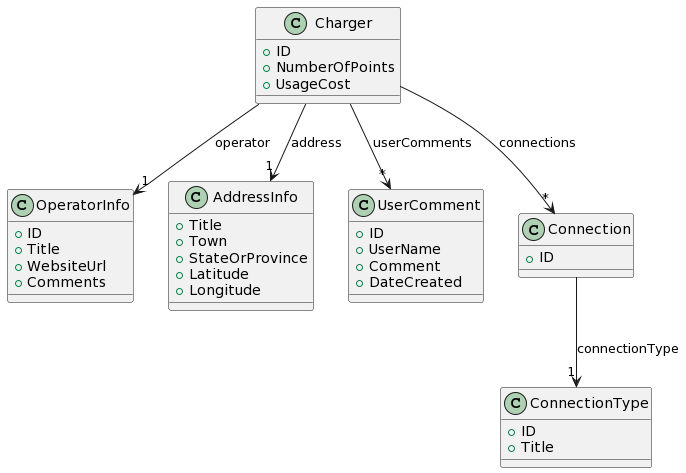
The PlantUML diagram Docs/Models/dominio.png in isunican/App-CarChargers-Grupo3, before a commit. Its source is kept beside it as Docs/Models/dominio.puml.
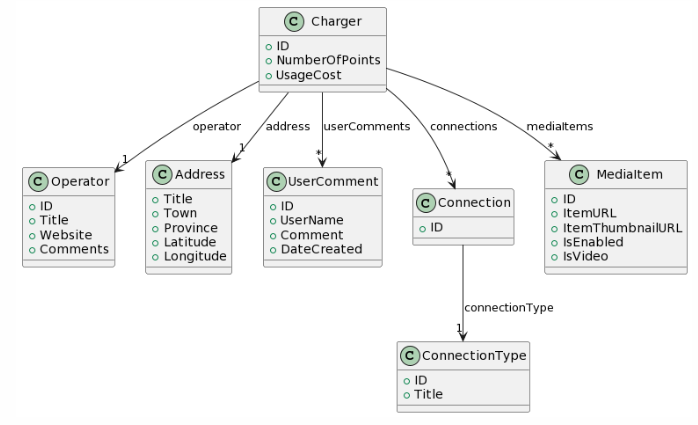
After the commit.

Commit message:
cambios finales modelo dominio

Diff of the diagram source:
```diff
@@ -6,17 +6,17 @@
     + UsageCost
 }
 
-class OperatorInfo {
+class Operator {
     + ID
     + Title
-    + WebsiteUrl
+    + Website
     + Comments
 }
 
-class AddressInfo {
+class Address {
     + Title
     + Town
-    + StateOrProvince
+    + Province
     + Latitude
     + Longitude
 }
@@ -44,8 +44,8 @@
     + IsVideo
 }
 
-Charger -down-> "1" AddressInfo : address
-Charger -down-> "1" OperatorInfo : operator
+Charger -down-> "1" Address : address
+Charger -down-> "1" Operator : operator
 Charger -down-> "*" UserComment : userComments
 Charger -down-> "*" Connection : connections
 Charger -down-> "*" MediaItem : mediaItems
```
